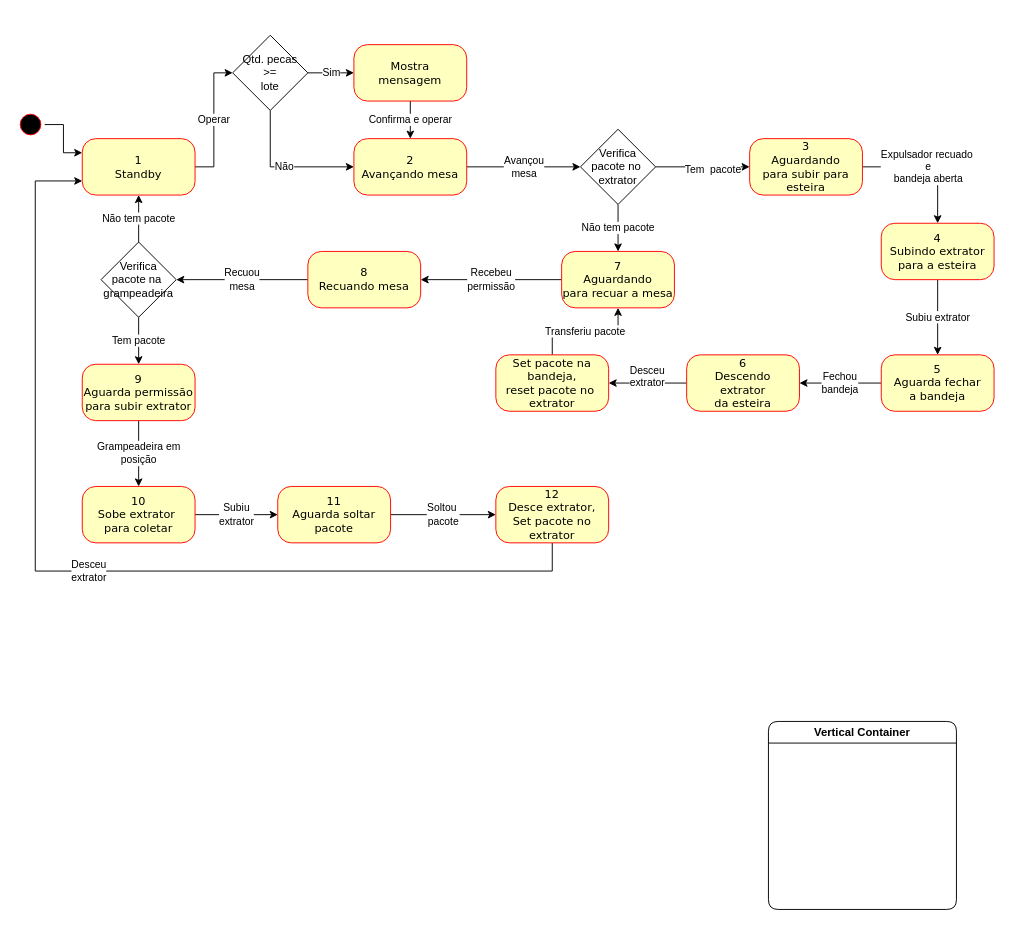
JonanMuller/M04196N03_Grampeadeira keeps this draw.io diagram as Diagrama sem nome.drawio. Above is the earlier version. Source tidied: cells renumbered, new cells numbered last; positions are measured from the earlier drawing's top-left corner, leaving out a move shared by most shapes. Both pictures are drawn from the tidied source at 94%, with x=0, y=0 at pixel (16, 35).
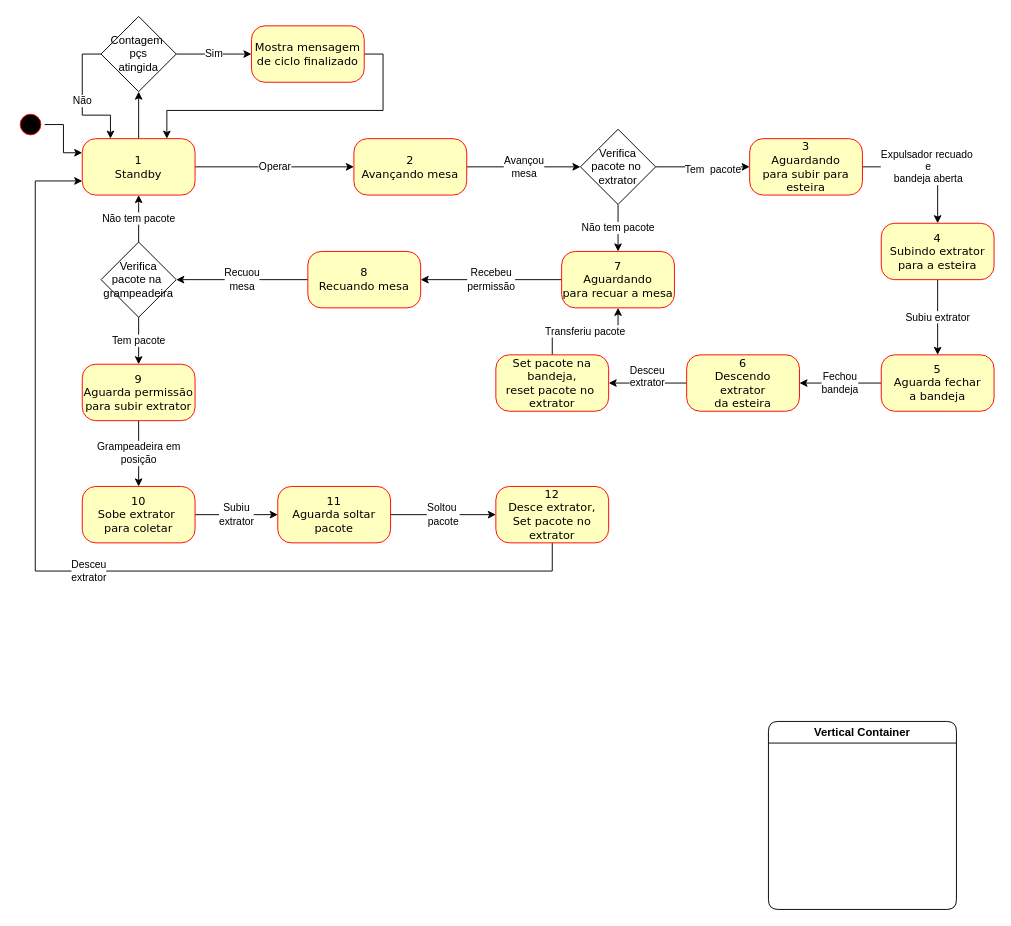
After the change.

Unchanged cells that the change refers to:
```xml
<mxCell id="5" value="1&lt;br&gt;Standby" style="rounded=1;whiteSpace=wrap;html=1;arcSize=24;fillColor=#ffffc0;strokeColor=#ff0000;shadow=0;comic=0;labelBackgroundColor=none;fontFamily=Verdana;fontSize=12;fontColor=#000000;align=center;" parent="1" vertex="1">
  <mxGeometry x="70" y="110" width="120" height="60" as="geometry" />
</mxCell>
<mxCell id="7" value="2&lt;br&gt;Avançando mesa" style="rounded=1;whiteSpace=wrap;html=1;arcSize=24;fillColor=#ffffc0;strokeColor=#ff0000;shadow=0;comic=0;labelBackgroundColor=none;fontFamily=Verdana;fontSize=12;fontColor=#000000;align=center;" parent="1" vertex="1">
  <mxGeometry x="359" y="110" width="120" height="60" as="geometry" />
</mxCell>
```

What changed in the source:
```diff
@@
-    <mxCell id="4" value="Operar" style="edgeStyle=orthogonalEdgeStyle;rounded=0;jettySize=auto;html=1;exitX=1;exitY=0.5;exitDx=0;exitDy=0;entryX=0;entryY=0.5;entryDx=0;entryDy=0;" parent="1" edge="1" source="5" target="40">
+    <mxCell id="4" value="Operar" style="edgeStyle=orthogonalEdgeStyle;rounded=0;jettySize=auto;html=1;exitX=1;exitY=0.5;exitDx=0;exitDy=0;" parent="1" edge="1" source="5" target="7">
       <mxGeometry relative="1" as="geometry" />
     </mxCell>
+    <mxCell id="43" style="edgeStyle=orthogonalEdgeStyle;rounded=0;jettySize=auto;html=1;exitX=0.5;exitY=0;exitDx=0;exitDy=0;entryX=0.5;entryY=1;entryDx=0;entryDy=0;" parent="1" edge="1" source="5" target="46">
+      <mxGeometry relative="1" as="geometry" />
+    </mxCell>
@@
+    <mxCell id="44" style="edgeStyle=orthogonalEdgeStyle;rounded=0;jettySize=auto;html=1;exitX=1;exitY=0.5;exitDx=0;exitDy=0;entryX=0.75;entryY=0;entryDx=0;entryDy=0;" parent="1" edge="1" source="45" target="5">
+      <mxGeometry relative="1" as="geometry" />
+    </mxCell>
+    <mxCell id="45" value="Mostra mensagem de ciclo finalizado" style="rounded=1;whiteSpace=wrap;html=1;arcSize=24;fillColor=#ffffc0;strokeColor=#ff0000;shadow=0;comic=0;labelBackgroundColor=none;fontFamily=Verdana;fontSize=12;fontColor=#000000;align=center;" parent="1" vertex="1">
+      <mxGeometry x="250" y="-10" width="120" height="60" as="geometry" />
+    </mxCell>
+    <mxCell id="39" value="Sim" style="edgeStyle=orthogonalEdgeStyle;rounded=0;jettySize=auto;html=1;exitX=1;exitY=0.5;exitDx=0;exitDy=0;" parent="1" edge="1" source="46" target="45">
+      <mxGeometry relative="1" as="geometry" />
+    </mxCell>
-    <mxCell id="38" value="Não" style="edgeStyle=orthogonalEdgeStyle;rounded=0;jettySize=auto;html=1;exitX=0.5;exitY=1;exitDx=0;exitDy=0;entryX=0;entryY=0.5;entryDx=0;entryDy=0;" parent="1" edge="1" source="40" target="7">
+    <mxCell id="38" value="Não" style="edgeStyle=orthogonalEdgeStyle;rounded=0;jettySize=auto;html=1;exitX=0;exitY=0.5;exitDx=0;exitDy=0;entryX=0.25;entryY=0;entryDx=0;entryDy=0;" parent="1" edge="1" source="46" target="5">
       <mxGeometry relative="1" as="geometry" />
     </mxCell>
-    <mxCell id="39" value="Sim" style="edgeStyle=orthogonalEdgeStyle;rounded=0;jettySize=auto;html=1;" parent="1" edge="1" source="40" target="42">
-      <mxGeometry relative="1" as="geometry" />
-    </mxCell>
-    <mxCell id="40" value="Qtd. pecas&lt;br&gt;&amp;gt;=&lt;br&gt;lote" style="rhombus;whiteSpace=wrap;html=1;" parent="1" vertex="1">
-      <mxGeometry x="230" width="80" height="80" as="geometry" />
-    </mxCell>
-    <mxCell id="41" value="Confirma e operar" style="edgeStyle=orthogonalEdgeStyle;rounded=0;jettySize=auto;html=1;exitX=0.5;exitY=1;exitDx=0;exitDy=0;entryX=0.5;entryY=0;entryDx=0;entryDy=0;" parent="1" edge="1" source="42" target="7">
-      <mxGeometry relative="1" as="geometry" />
-    </mxCell>
-    <mxCell id="42" value="Mostra&lt;br&gt;mensagem" style="rounded=1;whiteSpace=wrap;html=1;arcSize=24;fillColor=#ffffc0;strokeColor=#ff0000;shadow=0;comic=0;labelBackgroundColor=none;fontFamily=Verdana;fontSize=12;fontColor=#000000;align=center;" parent="1" vertex="1">
-      <mxGeometry x="359" y="10" width="120" height="60" as="geometry" />
-    </mxCell>
+    <mxCell id="46" value="Contagem&amp;nbsp;&lt;br&gt;pçs&lt;br&gt;atingida" style="rhombus;whiteSpace=wrap;html=1;" parent="1" vertex="1">
+      <mxGeometry x="90" y="-20" width="80" height="80" as="geometry" />
+    </mxCell>
```
